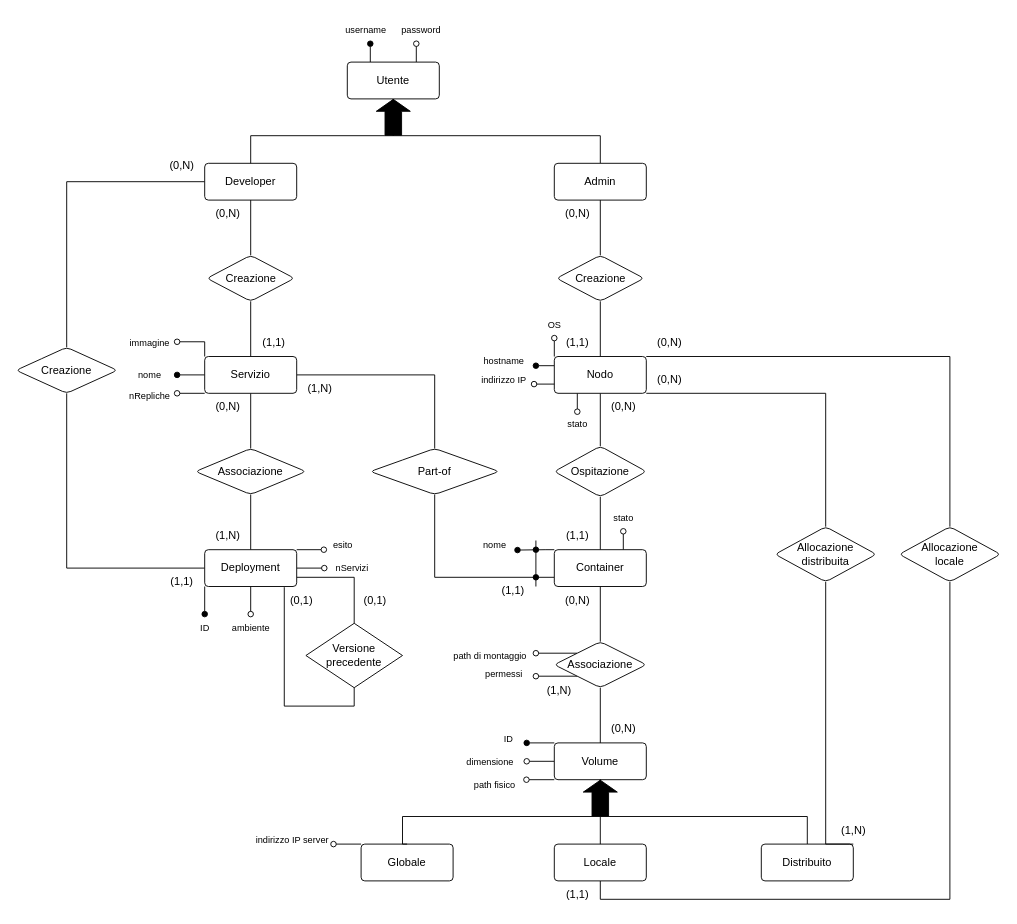
aledinato/Database-Project-SCP4065533 keeps this draw.io diagram as ER.drawio. Above is the earlier version. Source tidied: cells renumbered, new cells numbered last; positions are measured from the earlier drawing's top-left corner, leaving out a move shared by most shapes. Both pictures are drawn from the tidied source at 92%, with x=0, y=0 at pixel (16, 16).
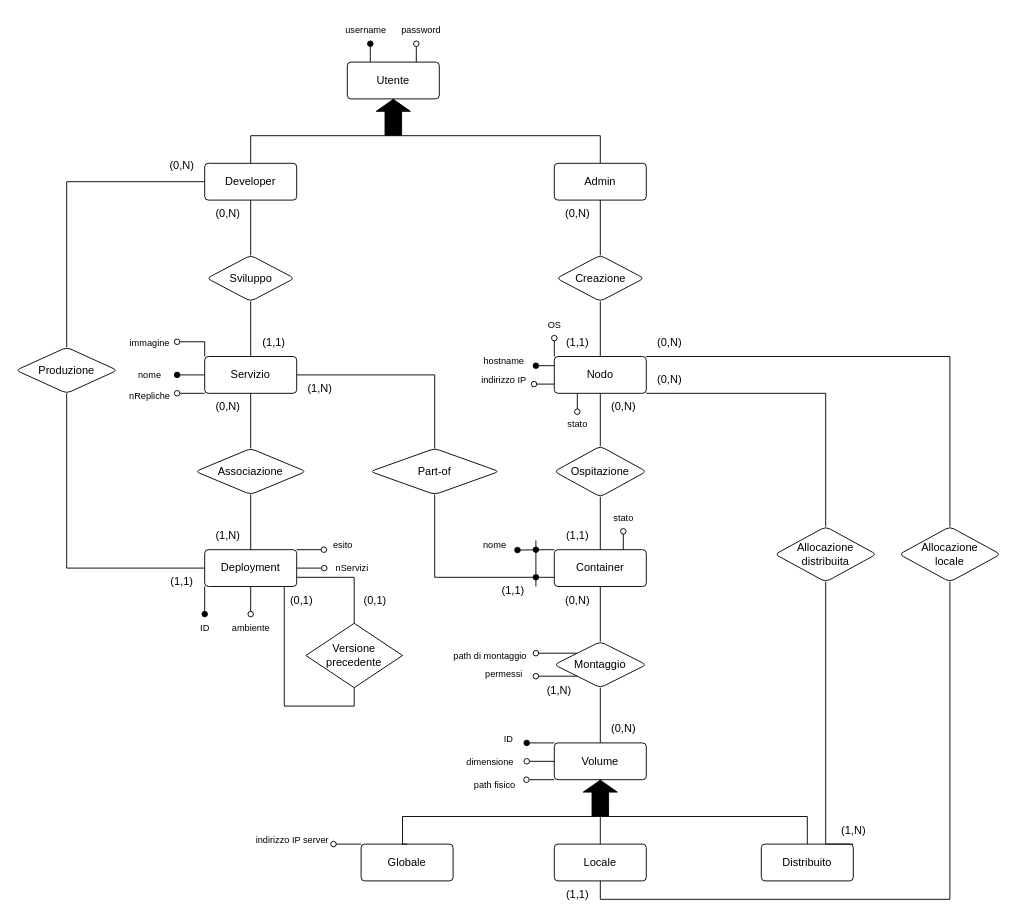
After the change.

Commit message (it also covers changes not shown here):
- entity and relationship table - fixes on ER Diagram

Diff of the diagram source:
```diff
@@
-    <mxCell id="21" value="Creazione" style="rhombus;whiteSpace=wrap;html=1;rounded=1;arcSize=10;" parent="1" vertex="1">
+    <mxCell id="21" value="Sviluppo" style="rhombus;whiteSpace=wrap;html=1;rounded=1;arcSize=10;" parent="1" vertex="1">
       <mxGeometry x="207.5" y="260" width="95" height="50" as="geometry" />
     </mxCell>
@@
-    <mxCell id="37" value="Creazione" style="rhombus;whiteSpace=wrap;html=1;rounded=1;arcSize=10;" parent="1" vertex="1">
+    <mxCell id="37" value="Produzione" style="rhombus;whiteSpace=wrap;html=1;rounded=1;arcSize=10;" parent="1" vertex="1">
       <mxGeometry y="360" width="110" height="50" as="geometry" />
     </mxCell>
@@
-    <mxCell id="60" value="Associazione" style="rhombus;whiteSpace=wrap;html=1;rounded=1;arcSize=10;" parent="1" vertex="1">
+    <mxCell id="60" value="Montaggio" style="rhombus;whiteSpace=wrap;html=1;rounded=1;arcSize=10;" parent="1" vertex="1">
       <mxGeometry x="585" y="680" width="100" height="50" as="geometry" />
     </mxCell>
```
